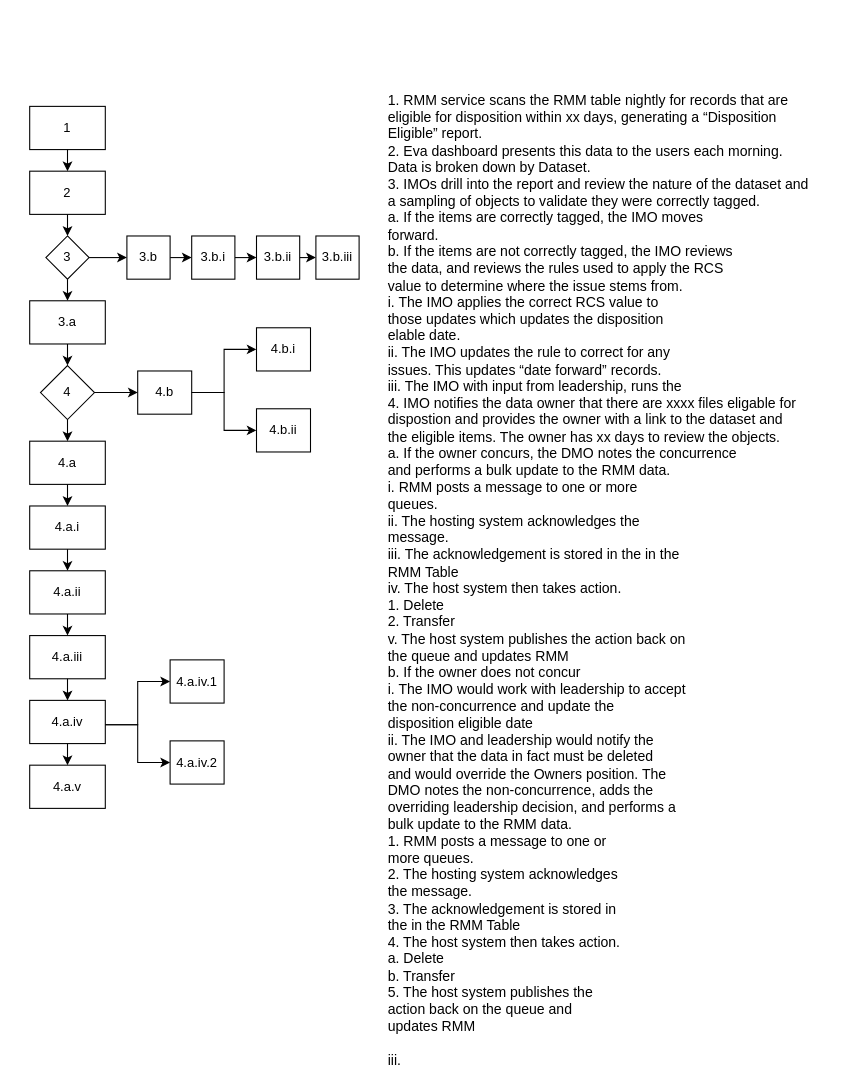
Above: page "Disposition" (3 of 5) of Drawings/Workflows.drawio in flare891/rmslow (draw.io), before the change. Source tidied: cells renumbered, new cells numbered last; positions are measured from the earlier drawing's top-left corner, leaving out a move shared by most shapes. Both pictures are drawn from the tidied source at 108%, with x=0, y=0 at pixel (29, 84).
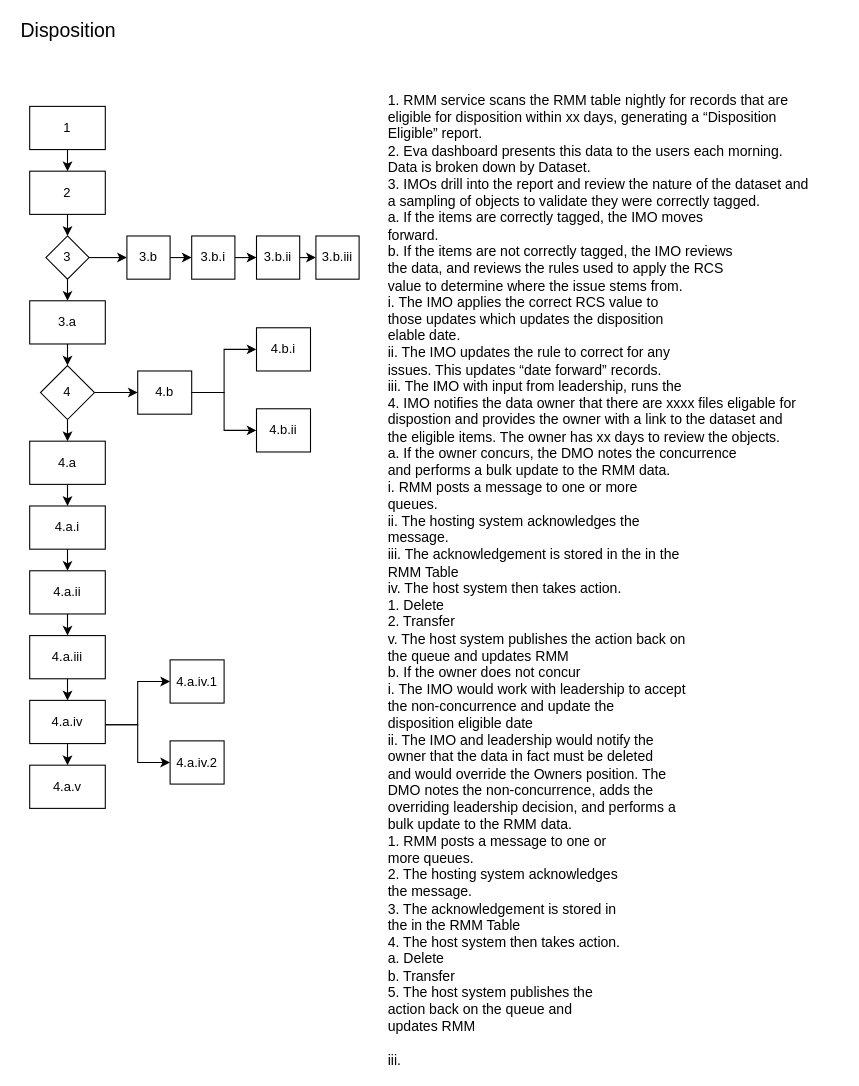
The same page after the edit.

Change to the diagram source:
```diff
@@
+    <mxCell id="42" value="Disposition" style="text;html=1;strokeColor=none;fillColor=none;align=left;verticalAlign=middle;whiteSpace=wrap;rounded=0;fontSize=18;" parent="1" vertex="1">
+      <mxGeometry x="-10" y="-60" width="200" height="20" as="geometry" />
+    </mxCell>
```
